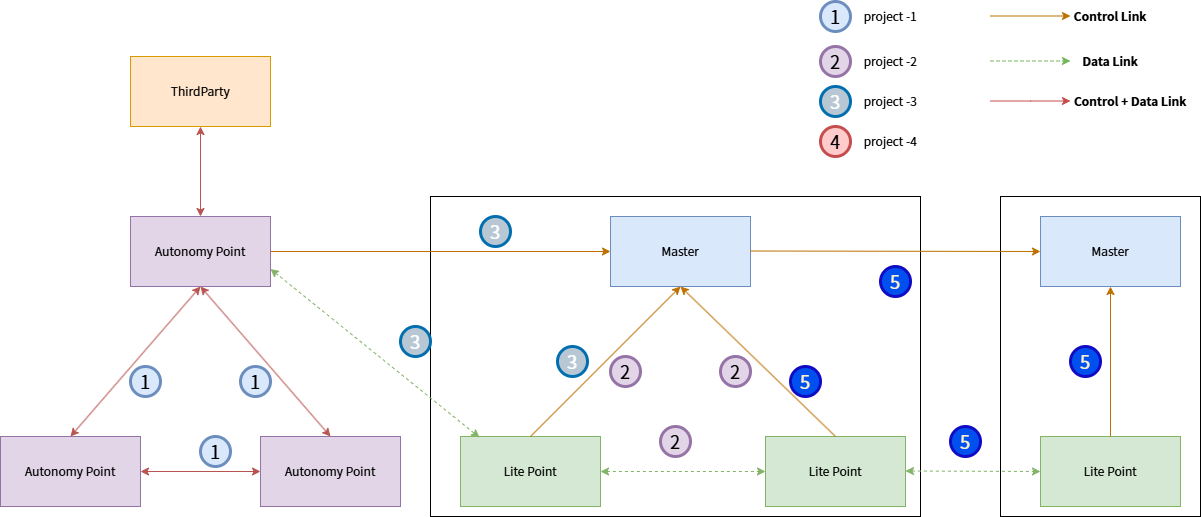
Before: docs/imgs/en_images/linkaged_network.png, a diagram exported from draw.io (secretflow/kuscia). Source tidied: cells renumbered, new cells last; positions are measured from the earlier drawing's top-left corner, leaving out a move shared by most shapes. Source of this version:
```xml
<mxGraphModel>
  <root>
    <mxCell id="0" />
    <mxCell id="1" parent="0" />
    <mxCell id="2" style="rounded=0;whiteSpace=wrap;html=1;" parent="1" vertex="1">
      <mxGeometry x="430" y="195" width="490" height="320" as="geometry" />
    </mxCell>
    <mxCell id="3" value="&lt;font face=&quot;阿里巴巴普惠体&quot;&gt;ThirdParty&lt;/font&gt;" style="rounded=0;whiteSpace=wrap;html=1;labelBackgroundColor=none;labelBorderColor=none;fillColor=#ffe6cc;strokeColor=#d79b00;" parent="1" vertex="1">
      <mxGeometry x="130" y="55" width="140" height="70" as="geometry" />
    </mxCell>
    <mxCell id="4" value="&lt;font face=&quot;阿里巴巴普惠体&quot;&gt;Autonomy Point&lt;/font&gt;" style="rounded=0;whiteSpace=wrap;html=1;labelBackgroundColor=none;labelBorderColor=none;fillColor=#e1d5e7;strokeColor=#9673a6;" parent="1" vertex="1">
      <mxGeometry x="130" y="215" width="140" height="70" as="geometry" />
    </mxCell>
    <mxCell id="5" style="endArrow=classic;startArrow=classic;html=1;rounded=0;entryX=0.5;entryY=1;entryDx=0;entryDy=0;fillColor=#f8cecc;strokeColor=#b85450;" parent="1" edge="1" target="3">
      <mxGeometry relative="1" as="geometry">
        <mxPoint x="200" y="215" as="sourcePoint" />
      </mxGeometry>
    </mxCell>
    <mxCell id="6" value="&lt;font face=&quot;阿里巴巴普惠体&quot;&gt;Autonomy Point&lt;/font&gt;" style="rounded=0;whiteSpace=wrap;html=1;labelBackgroundColor=none;labelBorderColor=none;fillColor=#e1d5e7;strokeColor=#9673a6;" parent="1" vertex="1">
      <mxGeometry y="435" width="140" height="70" as="geometry" />
    </mxCell>
    <mxCell id="7" value="&lt;font face=&quot;阿里巴巴普惠体&quot;&gt;Autonomy Point&lt;/font&gt;" style="rounded=0;whiteSpace=wrap;html=1;labelBackgroundColor=none;labelBorderColor=none;fillColor=#e1d5e7;strokeColor=#9673a6;" parent="1" vertex="1">
      <mxGeometry x="260" y="435" width="140" height="70" as="geometry" />
    </mxCell>
    <mxCell id="8" style="endArrow=classic;startArrow=classic;html=1;rounded=0;entryX=0.5;entryY=1;entryDx=0;entryDy=0;fillColor=#f8cecc;strokeColor=#b85450;exitX=0.5;exitY=0;exitDx=0;exitDy=0;" parent="1" edge="1" source="6" target="4">
      <mxGeometry relative="1" as="geometry" />
    </mxCell>
    <mxCell id="9" style="endArrow=classic;startArrow=classic;html=1;rounded=0;entryX=0.5;entryY=1;entryDx=0;entryDy=0;fillColor=#f8cecc;strokeColor=#b85450;exitX=0.5;exitY=0;exitDx=0;exitDy=0;" parent="1" edge="1" source="7" target="4">
      <mxGeometry relative="1" as="geometry" />
    </mxCell>
    <mxCell id="10" style="endArrow=classic;startArrow=classic;html=1;rounded=0;entryX=1;entryY=0.5;entryDx=0;entryDy=0;fillColor=#f8cecc;strokeColor=#b85450;exitX=0;exitY=0.5;exitDx=0;exitDy=0;" parent="1" edge="1" source="7" target="6">
      <mxGeometry relative="1" as="geometry" />
    </mxCell>
    <mxCell id="11" value="&lt;font style=&quot;font-size: 18px;&quot; face=&quot;阿里巴巴普惠体&quot;&gt;1&lt;/font&gt;" style="ellipse;whiteSpace=wrap;html=1;fillColor=#dae8fc;strokeColor=#6c8ebf;strokeWidth=3;" parent="1" vertex="1">
      <mxGeometry x="130" y="365" width="30" height="30" as="geometry" />
    </mxCell>
    <mxCell id="12" value="&lt;font style=&quot;font-size: 18px;&quot; face=&quot;阿里巴巴普惠体&quot;&gt;1&lt;/font&gt;" style="ellipse;whiteSpace=wrap;html=1;fillColor=#dae8fc;strokeColor=#6c8ebf;strokeWidth=3;" parent="1" vertex="1">
      <mxGeometry x="240" y="365" width="30" height="30" as="geometry" />
    </mxCell>
    <mxCell id="13" value="&lt;font style=&quot;font-size: 18px;&quot; face=&quot;阿里巴巴普惠体&quot;&gt;1&lt;/font&gt;" style="ellipse;whiteSpace=wrap;html=1;fillColor=#dae8fc;strokeColor=#6c8ebf;strokeWidth=3;" parent="1" vertex="1">
      <mxGeometry x="200" y="435" width="30" height="30" as="geometry" />
    </mxCell>
    <mxCell id="14" value="&lt;div style=&quot;&quot;&gt;&lt;span style=&quot;background-color: transparent; color: light-dark(rgb(0, 0, 0), rgb(255, 255, 255));&quot;&gt;&lt;font style=&quot;font-size: 18px;&quot; face=&quot;阿里巴巴普惠体&quot;&gt;1&lt;/font&gt;&lt;/span&gt;&lt;/div&gt;" style="ellipse;whiteSpace=wrap;html=1;fillColor=#dae8fc;strokeColor=#6c8ebf;strokeWidth=3;align=center;" parent="1" vertex="1">
      <mxGeometry x="820" width="30" height="30" as="geometry" />
    </mxCell>
    <mxCell id="15" value="&lt;font face=&quot;阿里巴巴普惠体&quot;&gt;project -1&lt;/font&gt;" style="text;html=1;whiteSpace=wrap;strokeColor=none;fillColor=none;align=center;verticalAlign=middle;rounded=0;" parent="1" vertex="1">
      <mxGeometry x="860" width="60" height="30" as="geometry" />
    </mxCell>
    <mxCell id="16" style="endArrow=classic;html=1;rounded=0;exitX=1;exitY=0.5;exitDx=0;exitDy=0;fillColor=#f0a30a;strokeColor=#BD7000;" parent="1" edge="1" source="4">
      <mxGeometry relative="1" as="geometry">
        <mxPoint x="610" y="250" as="targetPoint" />
      </mxGeometry>
    </mxCell>
    <mxCell id="17" value="&lt;font face=&quot;阿里巴巴普惠体&quot;&gt;Master&lt;/font&gt;" style="rounded=0;whiteSpace=wrap;html=1;labelBackgroundColor=none;labelBorderColor=none;fillColor=#dae8fc;strokeColor=#6c8ebf;" parent="1" vertex="1">
      <mxGeometry x="610" y="215" width="140" height="70" as="geometry" />
    </mxCell>
    <mxCell id="18" style="rounded=0;whiteSpace=wrap;html=1;" parent="1" vertex="1">
      <mxGeometry x="1000" y="195" width="200" height="320" as="geometry" />
    </mxCell>
    <mxCell id="19" style="endArrow=classic;html=1;rounded=0;exitX=1;exitY=0.5;exitDx=0;exitDy=0;fillColor=#f0a30a;strokeColor=#BD7000;" parent="1" edge="1">
      <mxGeometry relative="1" as="geometry">
        <mxPoint x="750" y="249.5" as="sourcePoint" />
        <mxPoint x="1040" y="250" as="targetPoint" />
      </mxGeometry>
    </mxCell>
    <mxCell id="20" value="&lt;font face=&quot;阿里巴巴普惠体&quot;&gt;Master&lt;/font&gt;" style="rounded=0;whiteSpace=wrap;html=1;labelBackgroundColor=none;labelBorderColor=none;fillColor=#dae8fc;strokeColor=#6c8ebf;" parent="1" vertex="1">
      <mxGeometry x="1040" y="215" width="140" height="70" as="geometry" />
    </mxCell>
    <mxCell id="21" value="&lt;font face=&quot;阿里巴巴普惠体&quot;&gt;Lite Point&lt;/font&gt;" style="rounded=0;whiteSpace=wrap;html=1;labelBackgroundColor=none;labelBorderColor=none;fillColor=#d5e8d4;strokeColor=#82b366;" parent="1" vertex="1">
      <mxGeometry x="460" y="435" width="140" height="70" as="geometry" />
    </mxCell>
    <mxCell id="22" value="&lt;font face=&quot;阿里巴巴普惠体&quot;&gt;Lite Point&lt;/font&gt;" style="rounded=0;whiteSpace=wrap;html=1;labelBackgroundColor=none;labelBorderColor=none;fillColor=#d5e8d4;strokeColor=#82b366;" parent="1" vertex="1">
      <mxGeometry x="765" y="435" width="140" height="70" as="geometry" />
    </mxCell>
    <mxCell id="23" value="&lt;font face=&quot;阿里巴巴普惠体&quot;&gt;Lite Point&lt;/font&gt;" style="rounded=0;whiteSpace=wrap;html=1;labelBackgroundColor=none;labelBorderColor=none;fillColor=#d5e8d4;strokeColor=#82b366;" parent="1" vertex="1">
      <mxGeometry x="1040" y="435" width="140" height="70" as="geometry" />
    </mxCell>
    <mxCell id="24" style="endArrow=classic;html=1;rounded=0;exitX=0.5;exitY=0;exitDx=0;exitDy=0;fillColor=#f0a30a;strokeColor=#BD7000;entryX=0.5;entryY=1;entryDx=0;entryDy=0;" parent="1" edge="1" source="21" target="17">
      <mxGeometry relative="1" as="geometry" />
    </mxCell>
    <mxCell id="25" style="endArrow=classic;html=1;rounded=0;exitX=0.5;exitY=0;exitDx=0;exitDy=0;fillColor=#f0a30a;strokeColor=#BD7000;" parent="1" edge="1" source="22">
      <mxGeometry relative="1" as="geometry">
        <mxPoint x="680" y="285" as="targetPoint" />
      </mxGeometry>
    </mxCell>
    <mxCell id="26" style="endArrow=classic;startArrow=classic;html=1;rounded=0;dashed=1;fillColor=#d5e8d4;strokeColor=#82b366;exitX=1;exitY=0.5;exitDx=0;exitDy=0;entryX=0;entryY=0.5;entryDx=0;entryDy=0;" parent="1" edge="1" source="21" target="22">
      <mxGeometry relative="1" as="geometry" />
    </mxCell>
    <mxCell id="27" value="&lt;font style=&quot;font-size: 18px;&quot; face=&quot;阿里巴巴普惠体&quot;&gt;2&lt;/font&gt;" style="ellipse;whiteSpace=wrap;html=1;fillColor=#e1d5e7;strokeColor=#9673a6;strokeWidth=3;" parent="1" vertex="1">
      <mxGeometry x="820" y="45" width="30" height="30" as="geometry" />
    </mxCell>
    <mxCell id="28" value="&lt;font face=&quot;阿里巴巴普惠体&quot;&gt;project -2&lt;/font&gt;" style="text;html=1;whiteSpace=wrap;strokeColor=none;fillColor=none;align=center;verticalAlign=middle;rounded=0;" parent="1" vertex="1">
      <mxGeometry x="860" y="45" width="60" height="30" as="geometry" />
    </mxCell>
    <mxCell id="29" value="&lt;font style=&quot;font-size: 18px;&quot; face=&quot;阿里巴巴普惠体&quot;&gt;3&lt;/font&gt;" style="ellipse;whiteSpace=wrap;html=1;fillColor=light-dark(#b7c8d4, #198cc4);strokeColor=#006EAF;strokeWidth=3;fontColor=#ffffff;" parent="1" vertex="1">
      <mxGeometry x="820" y="85" width="30" height="30" as="geometry" />
    </mxCell>
    <mxCell id="30" value="&lt;font face=&quot;阿里巴巴普惠体&quot;&gt;project -3&lt;/font&gt;" style="text;html=1;whiteSpace=wrap;strokeColor=none;fillColor=none;align=center;verticalAlign=middle;rounded=0;" parent="1" vertex="1">
      <mxGeometry x="860" y="85" width="60" height="30" as="geometry" />
    </mxCell>
    <mxCell id="31" value="&lt;font style=&quot;font-size: 18px;&quot; face=&quot;阿里巴巴普惠体&quot;&gt;4&lt;/font&gt;" style="ellipse;whiteSpace=wrap;html=1;fillColor=light-dark(#ffcccb, #572b2b);strokeColor=light-dark(#c64d4d, #babdc0);strokeWidth=3;" parent="1" vertex="1">
      <mxGeometry x="820" y="125" width="30" height="30" as="geometry" />
    </mxCell>
    <mxCell id="32" value="&lt;font face=&quot;阿里巴巴普惠体&quot;&gt;project -4&lt;/font&gt;" style="text;html=1;whiteSpace=wrap;strokeColor=none;fillColor=none;align=center;verticalAlign=middle;rounded=0;" parent="1" vertex="1">
      <mxGeometry x="860" y="125" width="60" height="30" as="geometry" />
    </mxCell>
    <mxCell id="33" style="endArrow=classic;html=1;rounded=0;exitX=1;exitY=0.5;exitDx=0;exitDy=0;fillColor=#f0a30a;strokeColor=#BD7000;" parent="1" edge="1">
      <mxGeometry relative="1" as="geometry">
        <mxPoint x="990" y="14.5" as="sourcePoint" />
        <mxPoint x="1070" y="14.5" as="targetPoint" />
      </mxGeometry>
    </mxCell>
    <mxCell id="34" value="&lt;b&gt;&lt;font face=&quot;阿里巴巴普惠体&quot;&gt;Control Link&lt;/font&gt;&lt;/b&gt;" style="text;html=1;whiteSpace=wrap;strokeColor=none;fillColor=none;align=center;verticalAlign=middle;rounded=0;" parent="1" vertex="1">
      <mxGeometry x="1070" width="80" height="30" as="geometry" />
    </mxCell>
    <mxCell id="35" style="endArrow=classic;html=1;rounded=0;exitX=1;exitY=0.5;exitDx=0;exitDy=0;fillColor=#cdeb8b;strokeColor=light-dark(#72b65b, #babdc0);dashed=1;" parent="1" edge="1">
      <mxGeometry relative="1" as="geometry">
        <mxPoint x="990" y="59.5" as="sourcePoint" />
        <mxPoint x="1070" y="59.5" as="targetPoint" />
        <Array as="points">
          <mxPoint x="1030" y="59.5" />
        </Array>
      </mxGeometry>
    </mxCell>
    <mxCell id="36" value="&lt;b&gt;&lt;font face=&quot;阿里巴巴普惠体&quot;&gt;Data Link&lt;/font&gt;&lt;/b&gt;" style="text;html=1;whiteSpace=wrap;strokeColor=none;fillColor=none;align=center;verticalAlign=middle;rounded=0;" parent="1" vertex="1">
      <mxGeometry x="1070" y="45" width="80" height="30" as="geometry" />
    </mxCell>
    <mxCell id="37" style="endArrow=classic;html=1;rounded=0;exitX=1;exitY=0.5;exitDx=0;exitDy=0;fillColor=#f0a30a;strokeColor=light-dark(#c64c4c, #c17f1f);" parent="1" edge="1">
      <mxGeometry relative="1" as="geometry">
        <mxPoint x="990" y="99.5" as="sourcePoint" />
        <mxPoint x="1070" y="99.5" as="targetPoint" />
        <Array as="points">
          <mxPoint x="1030" y="99.5" />
        </Array>
      </mxGeometry>
    </mxCell>
    <mxCell id="38" value="&lt;b&gt;&lt;font face=&quot;阿里巴巴普惠体&quot;&gt;Control + Data Link&lt;/font&gt;&lt;/b&gt;" style="text;html=1;whiteSpace=wrap;strokeColor=none;fillColor=none;align=center;verticalAlign=middle;rounded=0;" parent="1" vertex="1">
      <mxGeometry x="1070" y="85" width="120" height="30" as="geometry" />
    </mxCell>
    <mxCell id="39" style="endArrow=classic;startArrow=classic;html=1;rounded=0;dashed=1;fillColor=#d5e8d4;strokeColor=#82b366;exitX=1;exitY=0.75;exitDx=0;exitDy=0;entryX=0.136;entryY=0.014;entryDx=0;entryDy=0;entryPerimeter=0;" parent="1" edge="1" source="4" target="21">
      <mxGeometry relative="1" as="geometry" />
    </mxCell>
    <mxCell id="40" value="&lt;font style=&quot;font-size: 18px;&quot; face=&quot;阿里巴巴普惠体&quot;&gt;3&lt;/font&gt;" style="ellipse;whiteSpace=wrap;html=1;fillColor=light-dark(#b7c8d4, #198cc4);strokeColor=#006EAF;strokeWidth=3;fontColor=#ffffff;" parent="1" vertex="1">
      <mxGeometry x="480" y="215" width="30" height="30" as="geometry" />
    </mxCell>
    <mxCell id="41" value="&lt;font style=&quot;font-size: 18px;&quot; face=&quot;阿里巴巴普惠体&quot;&gt;3&lt;/font&gt;" style="ellipse;whiteSpace=wrap;html=1;fillColor=light-dark(#b7c8d4, #198cc4);strokeColor=#006EAF;strokeWidth=3;fontColor=#ffffff;" parent="1" vertex="1">
      <mxGeometry x="400" y="325" width="30" height="30" as="geometry" />
    </mxCell>
    <mxCell id="42" value="&lt;font style=&quot;font-size: 18px;&quot; face=&quot;阿里巴巴普惠体&quot;&gt;3&lt;/font&gt;" style="ellipse;whiteSpace=wrap;html=1;fillColor=light-dark(#b7c8d4, #198cc4);strokeColor=#006EAF;strokeWidth=3;fontColor=#ffffff;" parent="1" vertex="1">
      <mxGeometry x="557" y="345" width="30" height="30" as="geometry" />
    </mxCell>
    <mxCell id="43" value="&lt;font style=&quot;font-size: 18px;&quot; face=&quot;阿里巴巴普惠体&quot;&gt;2&lt;/font&gt;" style="ellipse;whiteSpace=wrap;html=1;fillColor=#e1d5e7;strokeColor=#9673a6;strokeWidth=3;" parent="1" vertex="1">
      <mxGeometry x="610" y="355" width="30" height="30" as="geometry" />
    </mxCell>
    <mxCell id="44" value="&lt;font style=&quot;font-size: 18px;&quot; face=&quot;阿里巴巴普惠体&quot;&gt;2&lt;/font&gt;" style="ellipse;whiteSpace=wrap;html=1;fillColor=#e1d5e7;strokeColor=#9673a6;strokeWidth=3;" parent="1" vertex="1">
      <mxGeometry x="720" y="355" width="30" height="30" as="geometry" />
    </mxCell>
    <mxCell id="45" value="&lt;font style=&quot;font-size: 18px;&quot; face=&quot;阿里巴巴普惠体&quot;&gt;2&lt;/font&gt;" style="ellipse;whiteSpace=wrap;html=1;fillColor=#e1d5e7;strokeColor=#9673a6;strokeWidth=3;" parent="1" vertex="1">
      <mxGeometry x="660" y="425" width="30" height="30" as="geometry" />
    </mxCell>
    <mxCell id="46" value="&lt;div style=&quot;&quot;&gt;&lt;span style=&quot;background-color: transparent;&quot;&gt;&lt;font style=&quot;font-size: 18px; color: light-dark(rgb(255, 242, 204), rgb(255, 255, 255));&quot; face=&quot;阿里巴巴普惠体&quot;&gt;5&lt;/font&gt;&lt;/span&gt;&lt;/div&gt;" style="ellipse;whiteSpace=wrap;html=1;fillColor=#0050ef;strokeColor=light-dark(#110bc4, #b2cbff);strokeWidth=3;align=center;fontColor=#ffffff;" parent="1" vertex="1">
      <mxGeometry x="790" y="365" width="30" height="30" as="geometry" />
    </mxCell>
    <mxCell id="47" value="&lt;div style=&quot;&quot;&gt;&lt;span style=&quot;background-color: transparent;&quot;&gt;&lt;font style=&quot;font-size: 18px; color: light-dark(rgb(255, 242, 204), rgb(255, 255, 255));&quot; face=&quot;阿里巴巴普惠体&quot;&gt;5&lt;/font&gt;&lt;/span&gt;&lt;/div&gt;" style="ellipse;whiteSpace=wrap;html=1;fillColor=#0050ef;strokeColor=light-dark(#110bc4, #b2cbff);strokeWidth=3;align=center;fontColor=#ffffff;" parent="1" vertex="1">
      <mxGeometry x="880" y="265" width="30" height="30" as="geometry" />
    </mxCell>
    <mxCell id="48" value="&lt;div style=&quot;&quot;&gt;&lt;span style=&quot;background-color: transparent;&quot;&gt;&lt;font style=&quot;font-size: 18px; color: light-dark(rgb(255, 242, 204), rgb(255, 255, 255));&quot; face=&quot;阿里巴巴普惠体&quot;&gt;5&lt;/font&gt;&lt;/span&gt;&lt;/div&gt;" style="ellipse;whiteSpace=wrap;html=1;fillColor=#0050ef;strokeColor=light-dark(#110bc4, #b2cbff);strokeWidth=3;align=center;fontColor=#ffffff;" parent="1" vertex="1">
      <mxGeometry x="950" y="425" width="30" height="30" as="geometry" />
    </mxCell>
    <mxCell id="49" value="&lt;div style=&quot;&quot;&gt;&lt;span style=&quot;background-color: transparent;&quot;&gt;&lt;font style=&quot;font-size: 18px; color: light-dark(rgb(255, 242, 204), rgb(255, 255, 255));&quot; face=&quot;阿里巴巴普惠体&quot;&gt;5&lt;/font&gt;&lt;/span&gt;&lt;/div&gt;" style="ellipse;whiteSpace=wrap;html=1;fillColor=#0050ef;strokeColor=light-dark(#110bc4, #b2cbff);strokeWidth=3;align=center;fontColor=#ffffff;" parent="1" vertex="1">
      <mxGeometry x="1070" y="345" width="30" height="30" as="geometry" />
    </mxCell>
    <mxCell id="50" style="endArrow=classic;startArrow=classic;html=1;rounded=0;dashed=1;fillColor=#d5e8d4;strokeColor=#82b366;exitX=1;exitY=0.5;exitDx=0;exitDy=0;entryX=0;entryY=0.5;entryDx=0;entryDy=0;" parent="1" edge="1" target="23">
      <mxGeometry relative="1" as="geometry">
        <mxPoint x="905" y="469.5" as="sourcePoint" />
      </mxGeometry>
    </mxCell>
    <mxCell id="51" style="endArrow=classic;html=1;rounded=0;exitX=0.5;exitY=0;exitDx=0;exitDy=0;fillColor=#f0a30a;strokeColor=#BD7000;entryX=0.5;entryY=1;entryDx=0;entryDy=0;" parent="1" edge="1" source="23" target="20">
      <mxGeometry relative="1" as="geometry" />
    </mxCell>
  </root>
</mxGraphModel>
```
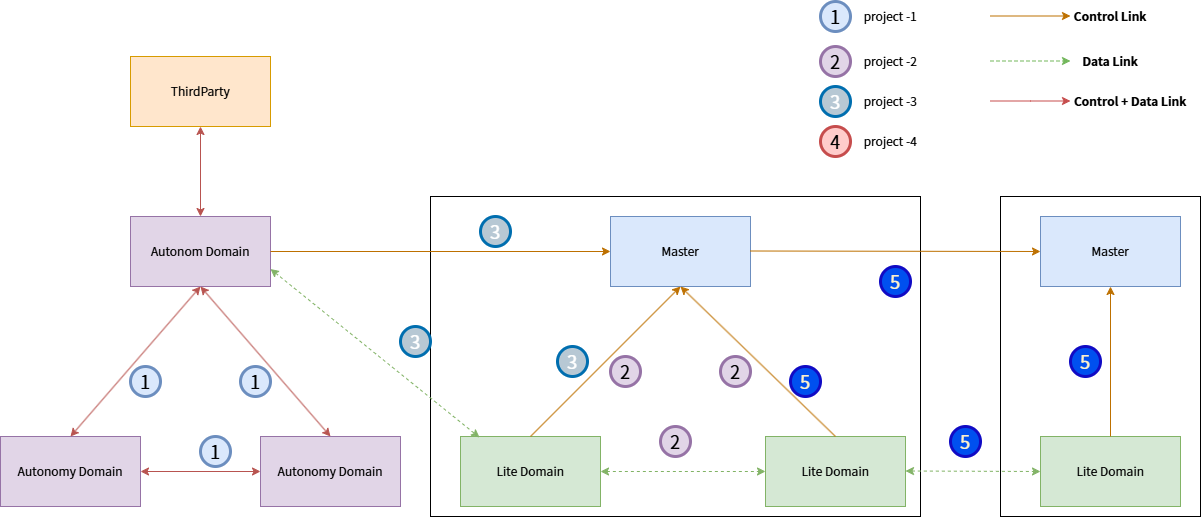
After the change.

Diff of the diagram source:
```diff
@@ -8,7 +8,7 @@
     <mxCell id="3" value="&lt;font face=&quot;阿里巴巴普惠体&quot;&gt;ThirdParty&lt;/font&gt;" style="rounded=0;whiteSpace=wrap;html=1;labelBackgroundColor=none;labelBorderColor=none;fillColor=#ffe6cc;strokeColor=#d79b00;" parent="1" vertex="1">
       <mxGeometry x="130" y="55" width="140" height="70" as="geometry" />
     </mxCell>
-    <mxCell id="4" value="&lt;font face=&quot;阿里巴巴普惠体&quot;&gt;Autonomy Point&lt;/font&gt;" style="rounded=0;whiteSpace=wrap;html=1;labelBackgroundColor=none;labelBorderColor=none;fillColor=#e1d5e7;strokeColor=#9673a6;" parent="1" vertex="1">
+    <mxCell id="4" value="&lt;font face=&quot;阿里巴巴普惠体&quot;&gt;Autonom Domain&lt;/font&gt;" style="rounded=0;whiteSpace=wrap;html=1;labelBackgroundColor=none;labelBorderColor=none;fillColor=#e1d5e7;strokeColor=#9673a6;" parent="1" vertex="1">
       <mxGeometry x="130" y="215" width="140" height="70" as="geometry" />
     </mxCell>
     <mxCell id="5" style="endArrow=classic;startArrow=classic;html=1;rounded=0;entryX=0.5;entryY=1;entryDx=0;entryDy=0;fillColor=#f8cecc;strokeColor=#b85450;" parent="1" edge="1" target="3">
@@ -16,10 +16,10 @@
         <mxPoint x="200" y="215" as="sourcePoint" />
       </mxGeometry>
     </mxCell>
-    <mxCell id="6" value="&lt;font face=&quot;阿里巴巴普惠体&quot;&gt;Autonomy Point&lt;/font&gt;" style="rounded=0;whiteSpace=wrap;html=1;labelBackgroundColor=none;labelBorderColor=none;fillColor=#e1d5e7;strokeColor=#9673a6;" parent="1" vertex="1">
+    <mxCell id="6" value="&lt;font face=&quot;阿里巴巴普惠体&quot;&gt;Autonomy&amp;nbsp;&lt;/font&gt;&lt;span style=&quot;font-family: 阿里巴巴普惠体;&quot;&gt;Domain&lt;/span&gt;" style="rounded=0;whiteSpace=wrap;html=1;labelBackgroundColor=none;labelBorderColor=none;fillColor=#e1d5e7;strokeColor=#9673a6;" parent="1" vertex="1">
       <mxGeometry y="435" width="140" height="70" as="geometry" />
     </mxCell>
-    <mxCell id="7" value="&lt;font face=&quot;阿里巴巴普惠体&quot;&gt;Autonomy Point&lt;/font&gt;" style="rounded=0;whiteSpace=wrap;html=1;labelBackgroundColor=none;labelBorderColor=none;fillColor=#e1d5e7;strokeColor=#9673a6;" parent="1" vertex="1">
+    <mxCell id="7" value="&lt;font face=&quot;阿里巴巴普惠体&quot;&gt;Autonomy&amp;nbsp;&lt;/font&gt;&lt;span style=&quot;font-family: 阿里巴巴普惠体;&quot;&gt;Domain&lt;/span&gt;" style="rounded=0;whiteSpace=wrap;html=1;labelBackgroundColor=none;labelBorderColor=none;fillColor=#e1d5e7;strokeColor=#9673a6;" parent="1" vertex="1">
       <mxGeometry x="260" y="435" width="140" height="70" as="geometry" />
     </mxCell>
     <mxCell id="8" style="endArrow=classic;startArrow=classic;html=1;rounded=0;entryX=0.5;entryY=1;entryDx=0;entryDy=0;fillColor=#f8cecc;strokeColor=#b85450;exitX=0.5;exitY=0;exitDx=0;exitDy=0;" parent="1" edge="1" source="6" target="4">
@@ -66,13 +66,13 @@
     <mxCell id="20" value="&lt;font face=&quot;阿里巴巴普惠体&quot;&gt;Master&lt;/font&gt;" style="rounded=0;whiteSpace=wrap;html=1;labelBackgroundColor=none;labelBorderColor=none;fillColor=#dae8fc;strokeColor=#6c8ebf;" parent="1" vertex="1">
       <mxGeometry x="1040" y="215" width="140" height="70" as="geometry" />
     </mxCell>
-    <mxCell id="21" value="&lt;font face=&quot;阿里巴巴普惠体&quot;&gt;Lite Point&lt;/font&gt;" style="rounded=0;whiteSpace=wrap;html=1;labelBackgroundColor=none;labelBorderColor=none;fillColor=#d5e8d4;strokeColor=#82b366;" parent="1" vertex="1">
+    <mxCell id="21" value="&lt;font face=&quot;阿里巴巴普惠体&quot;&gt;Lite&amp;nbsp;&lt;/font&gt;&lt;span style=&quot;font-family: 阿里巴巴普惠体;&quot;&gt;Domain&lt;/span&gt;" style="rounded=0;whiteSpace=wrap;html=1;labelBackgroundColor=none;labelBorderColor=none;fillColor=#d5e8d4;strokeColor=#82b366;" parent="1" vertex="1">
       <mxGeometry x="460" y="435" width="140" height="70" as="geometry" />
     </mxCell>
-    <mxCell id="22" value="&lt;font face=&quot;阿里巴巴普惠体&quot;&gt;Lite Point&lt;/font&gt;" style="rounded=0;whiteSpace=wrap;html=1;labelBackgroundColor=none;labelBorderColor=none;fillColor=#d5e8d4;strokeColor=#82b366;" parent="1" vertex="1">
+    <mxCell id="22" value="&lt;font face=&quot;阿里巴巴普惠体&quot;&gt;Lite&amp;nbsp;&lt;/font&gt;&lt;span style=&quot;font-family: 阿里巴巴普惠体;&quot;&gt;Domain&lt;/span&gt;" style="rounded=0;whiteSpace=wrap;html=1;labelBackgroundColor=none;labelBorderColor=none;fillColor=#d5e8d4;strokeColor=#82b366;" parent="1" vertex="1">
       <mxGeometry x="765" y="435" width="140" height="70" as="geometry" />
     </mxCell>
-    <mxCell id="23" value="&lt;font face=&quot;阿里巴巴普惠体&quot;&gt;Lite Point&lt;/font&gt;" style="rounded=0;whiteSpace=wrap;html=1;labelBackgroundColor=none;labelBorderColor=none;fillColor=#d5e8d4;strokeColor=#82b366;" parent="1" vertex="1">
+    <mxCell id="23" value="&lt;font face=&quot;阿里巴巴普惠体&quot;&gt;Lite&amp;nbsp;&lt;/font&gt;&lt;span style=&quot;font-family: 阿里巴巴普惠体;&quot;&gt;Domain&lt;/span&gt;" style="rounded=0;whiteSpace=wrap;html=1;labelBackgroundColor=none;labelBorderColor=none;fillColor=#d5e8d4;strokeColor=#82b366;" parent="1" vertex="1">
       <mxGeometry x="1040" y="435" width="140" height="70" as="geometry" />
     </mxCell>
     <mxCell id="24" style="endArrow=classic;html=1;rounded=0;exitX=0.5;exitY=0;exitDx=0;exitDy=0;fillColor=#f0a30a;strokeColor=#BD7000;entryX=0.5;entryY=1;entryDx=0;entryDy=0;" parent="1" edge="1" source="21" target="17">
```
